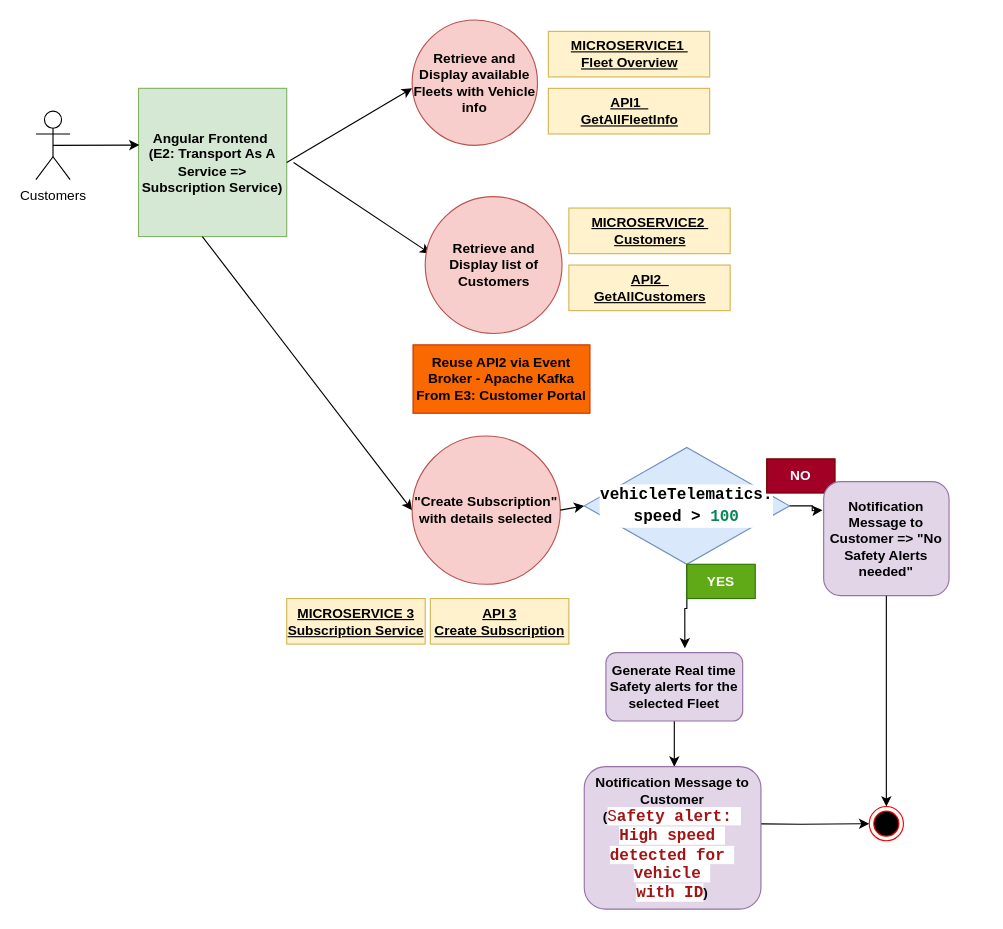
This is Subscription Service.drawio from atheeswaran/Dissertation_VehicleAPIPlatform, a draw.io file, before an edit. Source tidied: cells renumbered, new cells numbered last; positions are measured from the earlier drawing's top-left corner, leaving out a move shared by most shapes. Both pictures are drawn from the tidied source at 114%, with x=0, y=0 at pixel (35, 19).
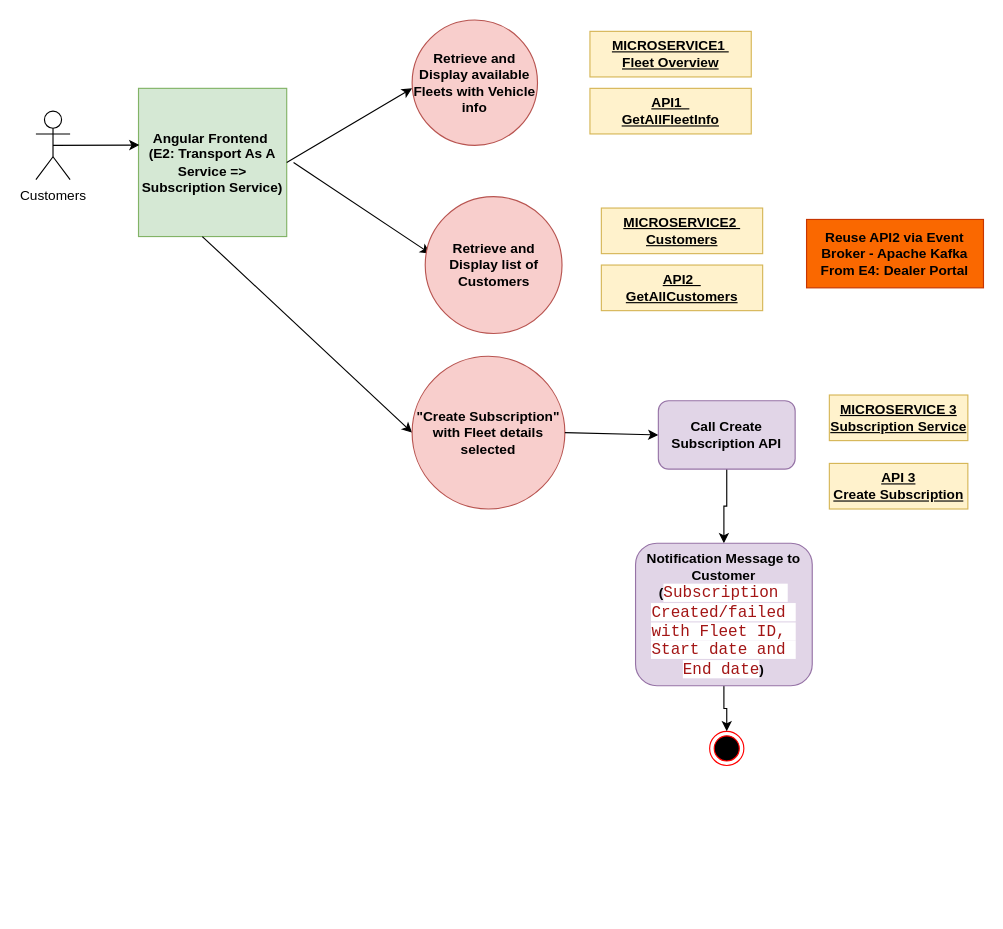
After the change.

The edit, as a diff of the source:
```diff
@@
-    <mxCell id="8" value="&lt;b&gt;&quot;Create Subscription&quot; with details selected&lt;/b&gt;" style="ellipse;whiteSpace=wrap;html=1;fillColor=#f8cecc;strokeColor=#b85450;" parent="1" vertex="1">
-      <mxGeometry x="330" y="365" width="130" height="130" as="geometry" />
+    <mxCell id="8" value="&lt;b&gt;&quot;Create Subscription&quot; with Fleet details selected&lt;/b&gt;" style="ellipse;whiteSpace=wrap;html=1;fillColor=#f8cecc;strokeColor=#b85450;" parent="1" vertex="1">
+      <mxGeometry x="330" y="295" width="134" height="134" as="geometry" />
     </mxCell>
-    <mxCell id="9" style="endArrow=classic;html=1;rounded=0;exitX=1;exitY=0.5;exitDx=0;exitDy=0;entryX=0;entryY=0.5;entryDx=0;entryDy=0;" parent="1" edge="1" source="8" target="12">
-      <mxGeometry relative="1" as="geometry" />
+    <mxCell id="9" style="endArrow=classic;html=1;rounded=0;exitX=1;exitY=0.5;exitDx=0;exitDy=0;" parent="1" edge="1" source="8">
+      <mxGeometry relative="1" as="geometry">
+        <mxPoint x="546" y="364" as="targetPoint" />
+      </mxGeometry>
     </mxCell>
-    <mxCell id="10" style="edgeStyle=orthogonalEdgeStyle;rounded=0;jettySize=auto;html=1;entryX=0.577;entryY=-0.065;entryDx=0;entryDy=0;entryPerimeter=0;" parent="1" edge="1" source="12" target="14">
-      <mxGeometry relative="1" as="geometry" />
-    </mxCell>
-    <mxCell id="11" style="edgeStyle=orthogonalEdgeStyle;rounded=0;jettySize=auto;html=1;" parent="1" edge="1" source="12">
-      <mxGeometry relative="1" as="geometry">
-        <mxPoint x="690" y="430" as="targetPoint" />
-      </mxGeometry>
-    </mxCell>
-    <mxCell id="12" value="&lt;div style=&quot;background-color: rgb(255, 255, 255); font-family: Consolas, &amp;quot;Courier New&amp;quot;, monospace; font-size: 14px; line-height: 19px; white-space: pre;&quot;&gt;&lt;div style=&quot;line-height: 19px;&quot;&gt;&lt;b&gt;vehicleTelematics.&lt;/b&gt;&lt;/div&gt;&lt;div style=&quot;line-height: 19px;&quot;&gt;&lt;b&gt;speed &amp;gt; &lt;span style=&quot;color: #098658;&quot;&gt;100&lt;/span&gt;&lt;/b&gt;&lt;/div&gt;&lt;/div&gt;" style="rhombus;whiteSpace=wrap;html=1;fillColor=#dae8fc;strokeColor=#6c8ebf;" parent="1" vertex="1">
-      <mxGeometry x="481" y="375" width="180" height="102.5" as="geometry" />
-    </mxCell>
-    <mxCell id="13" style="edgeStyle=orthogonalEdgeStyle;rounded=0;jettySize=auto;html=1;" parent="1" edge="1" source="14">
-      <mxGeometry relative="1" as="geometry">
-        <mxPoint x="560" y="655" as="targetPoint" />
-      </mxGeometry>
+    <mxCell id="13" style="edgeStyle=orthogonalEdgeStyle;rounded=0;jettySize=auto;html=1;" parent="1" edge="1" source="14" target="25">
+      <mxGeometry relative="1" as="geometry" />
     </mxCell>
-    <mxCell id="14" value="&lt;b&gt;Generate Real time Safety alerts for the selected Fleet&lt;/b&gt;" style="rounded=1;whiteSpace=wrap;html=1;fillColor=#e1d5e7;strokeColor=#9673a6;" parent="1" vertex="1">
-      <mxGeometry x="500" y="555" width="120" height="60" as="geometry" />
+    <mxCell id="14" value="&lt;b&gt;Call Create Subscription API&lt;/b&gt;" style="rounded=1;whiteSpace=wrap;html=1;fillColor=#e1d5e7;strokeColor=#9673a6;" parent="1" vertex="1">
+      <mxGeometry x="546" y="334" width="120" height="60" as="geometry" />
     </mxCell>
-    <mxCell id="15" value="&lt;b&gt;YES&lt;/b&gt;" style="text;html=1;strokeColor=#2D7600;fillColor=#60a917;align=center;verticalAlign=middle;whiteSpace=wrap;rounded=0;fontColor=#ffffff;" parent="1" vertex="1">
-      <mxGeometry x="571" y="477.5" width="60" height="30" as="geometry" />
-    </mxCell>
-    <mxCell id="16" value="&lt;b&gt;NO&lt;/b&gt;" style="text;html=1;strokeColor=#6F0000;fillColor=#a20025;align=center;verticalAlign=middle;whiteSpace=wrap;rounded=0;fontColor=#ffffff;" parent="1" vertex="1">
-      <mxGeometry x="641" y="385" width="60" height="30" as="geometry" />
-    </mxCell>
-    <mxCell id="17" value="&lt;b&gt;Notification Message to Customer =&amp;gt; &quot;No Safety Alerts needed&quot;&lt;/b&gt;" style="rounded=1;whiteSpace=wrap;html=1;fillColor=#e1d5e7;strokeColor=#9673a6;" parent="1" vertex="1">
-      <mxGeometry x="691" y="405" width="110" height="100" as="geometry" />
-    </mxCell>
-    <mxCell id="18" style="edgeStyle=orthogonalEdgeStyle;rounded=0;jettySize=auto;html=1;entryX=0.5;entryY=0;entryDx=0;entryDy=0;exitX=0.5;exitY=1;exitDx=0;exitDy=0;" parent="1" edge="1" source="17" target="19">
-      <mxGeometry relative="1" as="geometry" />
-    </mxCell>
     <mxCell id="19" style="ellipse;html=1;shape=endState;fillColor=#000000;strokeColor=#ff0000;" parent="1" vertex="1">
-      <mxGeometry x="731" y="690" width="30" height="30" as="geometry" />
+      <mxGeometry x="591" y="624" width="30" height="30" as="geometry" />
     </mxCell>
-    <mxCell id="20" style="edgeStyle=orthogonalEdgeStyle;rounded=0;jettySize=auto;html=1;exitX=1;exitY=0.5;exitDx=0;exitDy=0;entryX=0;entryY=0.5;entryDx=0;entryDy=0;" parent="1" edge="1" target="19">
-      <mxGeometry relative="1" as="geometry">
-        <mxPoint x="610.5" y="705" as="sourcePoint" />
-      </mxGeometry>
-    </mxCell>
     <mxCell id="21" value="&lt;b&gt;&lt;u&gt;MICROSERVICE1&amp;nbsp;&lt;/u&gt;&lt;/b&gt;&lt;div&gt;&lt;b&gt;&lt;u&gt;Fleet Overview&lt;/u&gt;&lt;/b&gt;&lt;/div&gt;" style="text;html=1;strokeColor=#d6b656;fillColor=#fff2cc;align=center;verticalAlign=middle;whiteSpace=wrap;rounded=0;" parent="1" vertex="1">
-      <mxGeometry x="449.5" y="10" width="141.5" height="40" as="geometry" />
+      <mxGeometry x="486" y="10" width="141.5" height="40" as="geometry" />
     </mxCell>
     <mxCell id="22" value="&lt;b&gt;&lt;u&gt;MICROSERVICE 3 Subscription Service&lt;/u&gt;&lt;/b&gt;" style="text;html=1;strokeColor=#d6b656;fillColor=#fff2cc;align=center;verticalAlign=middle;whiteSpace=wrap;rounded=0;" parent="1" vertex="1">
-      <mxGeometry x="220" y="507.5" width="121.5" height="40" as="geometry" />
+      <mxGeometry x="696" y="329" width="121.5" height="40" as="geometry" />
     </mxCell>
     <mxCell id="23" value="&lt;b&gt;&lt;u&gt;API1&amp;nbsp;&amp;nbsp;&lt;/u&gt;&lt;/b&gt;&lt;div&gt;&lt;b&gt;&lt;u&gt;GetAllFleetInfo&lt;/u&gt;&lt;/b&gt;&lt;/div&gt;" style="text;html=1;strokeColor=#d6b656;fillColor=#fff2cc;align=center;verticalAlign=middle;whiteSpace=wrap;rounded=0;" parent="1" vertex="1">
-      <mxGeometry x="449.5" y="60" width="141.5" height="40" as="geometry" />
+      <mxGeometry x="486" y="60" width="141.5" height="40" as="geometry" />
     </mxCell>
     <mxCell id="24" value="&lt;b&gt;&lt;u&gt;API 3&lt;/u&gt;&lt;/b&gt;&lt;div&gt;&lt;b&gt;&lt;u&gt;Create Subscription&lt;/u&gt;&lt;/b&gt;&lt;/div&gt;" style="text;html=1;strokeColor=#d6b656;fillColor=#fff2cc;align=center;verticalAlign=middle;whiteSpace=wrap;rounded=0;" parent="1" vertex="1">
-      <mxGeometry x="346" y="507.5" width="121.5" height="40" as="geometry" />
+      <mxGeometry x="696" y="389" width="121.5" height="40" as="geometry" />
     </mxCell>
+    <mxCell id="31" style="edgeStyle=orthogonalEdgeStyle;rounded=0;jettySize=auto;html=1;" parent="1" edge="1" source="25" target="19">
+      <mxGeometry relative="1" as="geometry" />
+    </mxCell>
-    <mxCell id="25" value="&lt;span style=&quot;font-weight: 700;&quot;&gt;Notification Message to Customer (&lt;/span&gt;&lt;span style=&quot;color: rgb(163, 21, 21); background-color: rgb(255, 255, 255); font-family: Consolas, &amp;quot;Courier New&amp;quot;, monospace; font-size: 14px; white-space: pre;&quot;&gt;S&lt;b&gt;afety alert: &lt;/b&gt;&lt;/span&gt;&lt;div&gt;&lt;span style=&quot;color: rgb(163, 21, 21); background-color: rgb(255, 255, 255); font-family: Consolas, &amp;quot;Courier New&amp;quot;, monospace; font-size: 14px; white-space: pre;&quot;&gt;&lt;b&gt;High speed &lt;/b&gt;&lt;/span&gt;&lt;div&gt;&lt;span style=&quot;color: rgb(163, 21, 21); background-color: rgb(255, 255, 255); font-family: Consolas, &amp;quot;Courier New&amp;quot;, monospace; font-size: 14px; white-space: pre;&quot;&gt;&lt;b&gt;detected for &lt;/b&gt;&lt;/span&gt;&lt;/div&gt;&lt;div&gt;&lt;span style=&quot;color: rgb(163, 21, 21); background-color: rgb(255, 255, 255); font-family: Consolas, &amp;quot;Courier New&amp;quot;, monospace; font-size: 14px; white-space: pre;&quot;&gt;&lt;b&gt;vehicle &lt;/b&gt;&lt;/span&gt;&lt;/div&gt;&lt;div&gt;&lt;span style=&quot;color: rgb(163, 21, 21); background-color: rgb(255, 255, 255); font-family: Consolas, &amp;quot;Courier New&amp;quot;, monospace; font-size: 14px; white-space: pre;&quot;&gt;&lt;b&gt;with ID&lt;/b&gt;&lt;/span&gt;&lt;span style=&quot;font-weight: 700; background-color: initial;&quot;&gt;)&lt;/span&gt;&lt;/div&gt;&lt;/div&gt;" style="rounded=1;whiteSpace=wrap;html=1;fillColor=#e1d5e7;strokeColor=#9673a6;" parent="1" vertex="1">
-      <mxGeometry x="481" y="655" width="155" height="125" as="geometry" />
+    <mxCell id="25" value="&lt;span style=&quot;font-weight: 700;&quot;&gt;Notification Message to Customer (&lt;/span&gt;&lt;font face=&quot;Consolas, Courier New, monospace&quot; color=&quot;#a31515&quot;&gt;&lt;span style=&quot;font-size: 14px; white-space: pre; background-color: rgb(255, 255, 255);&quot;&gt;Subscription &lt;/span&gt;&lt;/font&gt;&lt;div&gt;&lt;font face=&quot;Consolas, Courier New, monospace&quot; color=&quot;#a31515&quot;&gt;&lt;span style=&quot;font-size: 14px; white-space: pre; background-color: rgb(255, 255, 255);&quot;&gt;Created/failed &lt;/span&gt;&lt;/font&gt;&lt;div&gt;&lt;font face=&quot;Consolas, Courier New, monospace&quot; color=&quot;#a31515&quot;&gt;&lt;span style=&quot;font-size: 14px; white-space: pre; background-color: rgb(255, 255, 255);&quot;&gt;with Fleet ID, &lt;/span&gt;&lt;/font&gt;&lt;/div&gt;&lt;div&gt;&lt;font face=&quot;Consolas, Courier New, monospace&quot; color=&quot;#a31515&quot;&gt;&lt;span style=&quot;font-size: 14px; white-space: pre; background-color: rgb(255, 255, 255);&quot;&gt;Start date and &lt;/span&gt;&lt;/font&gt;&lt;/div&gt;&lt;div&gt;&lt;font face=&quot;Consolas, Courier New, monospace&quot; color=&quot;#a31515&quot;&gt;&lt;span style=&quot;font-size: 14px; white-space: pre; background-color: rgb(255, 255, 255);&quot;&gt;End date&lt;/span&gt;&lt;/font&gt;&lt;span style=&quot;background-color: initial; font-weight: 700;&quot;&gt;)&lt;/span&gt;&lt;/div&gt;&lt;/div&gt;" style="rounded=1;whiteSpace=wrap;html=1;fillColor=#e1d5e7;strokeColor=#9673a6;" parent="1" vertex="1">
+      <mxGeometry x="526" y="459" width="155" height="125" as="geometry" />
     </mxCell>
-    <mxCell id="26" value="&lt;b&gt;Reuse API2 via Event Broker - Apache Kafka From E3: Customer Portal&lt;/b&gt;" style="text;html=1;strokeColor=#C73500;fillColor=#fa6800;align=center;verticalAlign=middle;whiteSpace=wrap;rounded=0;fontColor=#000000;" parent="1" vertex="1">
-      <mxGeometry x="330.8" y="285" width="155.2" height="60" as="geometry" />
+    <mxCell id="26" value="&lt;b&gt;Reuse API2 via Event Broker - Apache Kafka From E4: Dealer Portal&lt;/b&gt;" style="text;html=1;strokeColor=#C73500;fillColor=#fa6800;align=center;verticalAlign=middle;whiteSpace=wrap;rounded=0;fontColor=#000000;" parent="1" vertex="1">
+      <mxGeometry x="676" y="175" width="155.2" height="60" as="geometry" />
     </mxCell>
@@
     <mxCell id="29" value="&lt;b&gt;&lt;u&gt;MICROSERVICE2&amp;nbsp;&lt;/u&gt;&lt;/b&gt;&lt;div&gt;&lt;b&gt;&lt;u&gt;Customers&lt;/u&gt;&lt;/b&gt;&lt;/div&gt;" style="text;html=1;strokeColor=#d6b656;fillColor=#fff2cc;align=center;verticalAlign=middle;whiteSpace=wrap;rounded=0;" parent="1" vertex="1">
-      <mxGeometry x="467.5" y="165" width="141.5" height="40" as="geometry" />
+      <mxGeometry x="496" y="165" width="141.5" height="40" as="geometry" />
     </mxCell>
     <mxCell id="30" value="&lt;b&gt;&lt;u&gt;API2&amp;nbsp;&amp;nbsp;&lt;/u&gt;&lt;/b&gt;&lt;div&gt;&lt;b&gt;&lt;u&gt;GetAllCustomers&lt;/u&gt;&lt;/b&gt;&lt;/div&gt;" style="text;html=1;strokeColor=#d6b656;fillColor=#fff2cc;align=center;verticalAlign=middle;whiteSpace=wrap;rounded=0;" parent="1" vertex="1">
-      <mxGeometry x="467.5" y="215" width="141.5" height="40" as="geometry" />
+      <mxGeometry x="496" y="215" width="141.5" height="40" as="geometry" />
     </mxCell>
```
